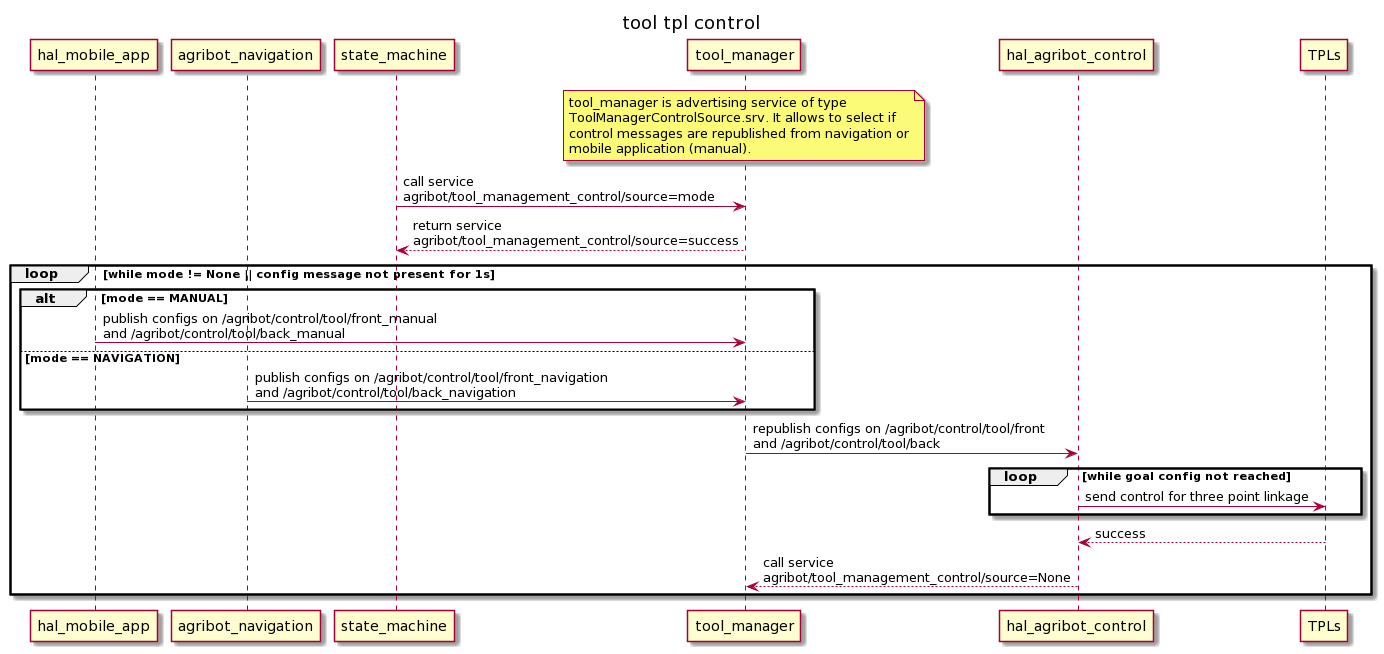
Above: doc/tpl_control.png in agribot-2-0/agribot_tools_management (PlantUML), before the change.
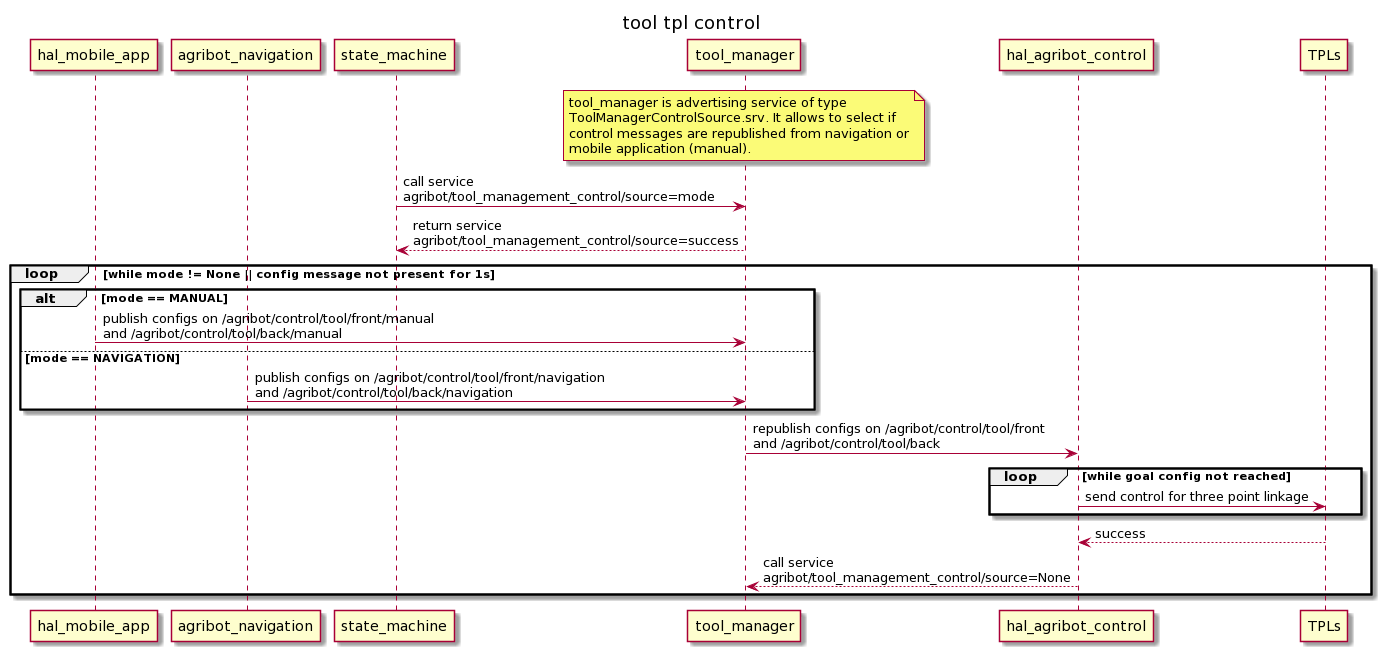
The same file after the commit.

Commit message:
Changed manual control topic names. Changed loop over unique map to modern cpp way. Changed sequence charts.

The edit, as a diff of the source:
```diff
@@ -15,9 +15,9 @@
 tool_manager-->state_machine: return service\nagribot/tool_management_control/source=success
 loop while mode != None || config message not present for 1s
 alt mode == MANUAL
-hal_mobile_app->tool_manager:publish configs on /agribot/control/tool/front_manual\nand /agribot/control/tool/back_manual
+hal_mobile_app->tool_manager:publish configs on /agribot/control/tool/front/manual\nand /agribot/control/tool/back/manual
 else mode == NAVIGATION
-agribot_navigation->tool_manager:publish configs on /agribot/control/tool/front_navigation\nand /agribot/control/tool/back_navigation
+agribot_navigation->tool_manager:publish configs on /agribot/control/tool/front/navigation\nand /agribot/control/tool/back/navigation
 end
 
 tool_manager->hal_agribot_control: republish configs on /agribot/control/tool/front\nand /agribot/control/tool/back
```
